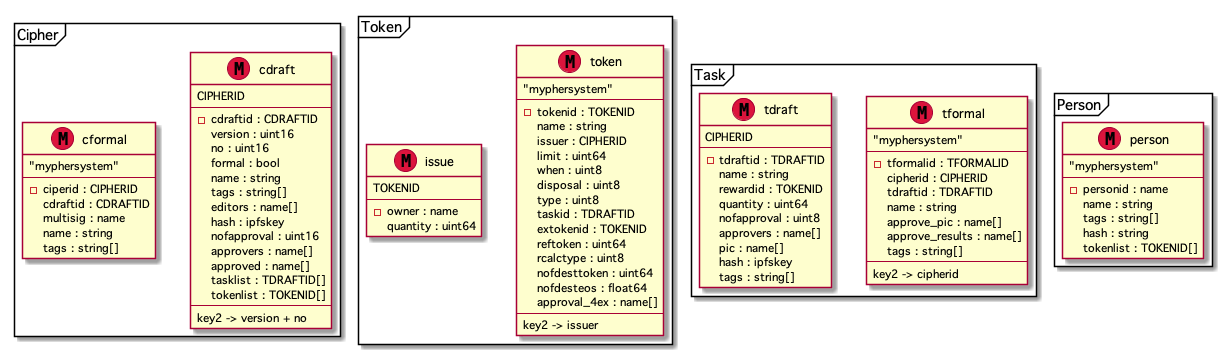
The PlantUML diagram doc/data_structure.png in mypher/mypher, before a commit.
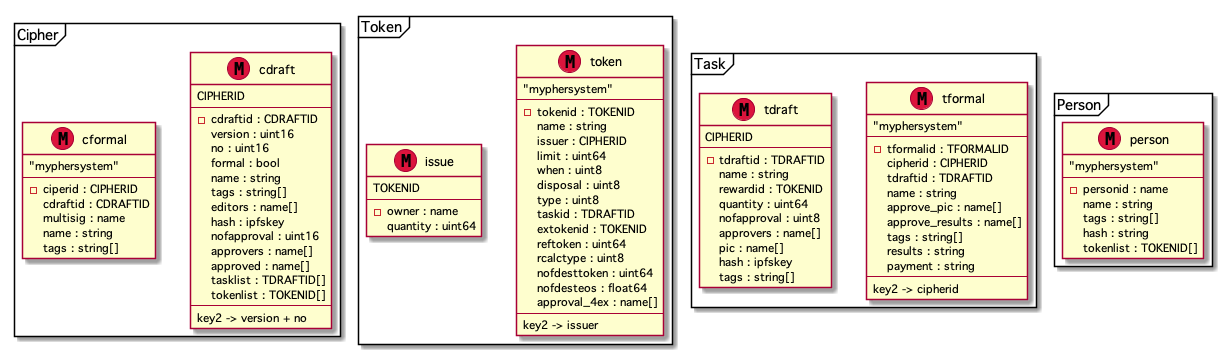
The same file after the commit.

What changed in the source:
```diff
@@ -75,6 +75,8 @@
 		approve_pic : name[]
 		approve_results : name[]
 		tags : string[]
+		results : string
+		payment : string
 		--
 		key2 -> cipherid
 	}
```
